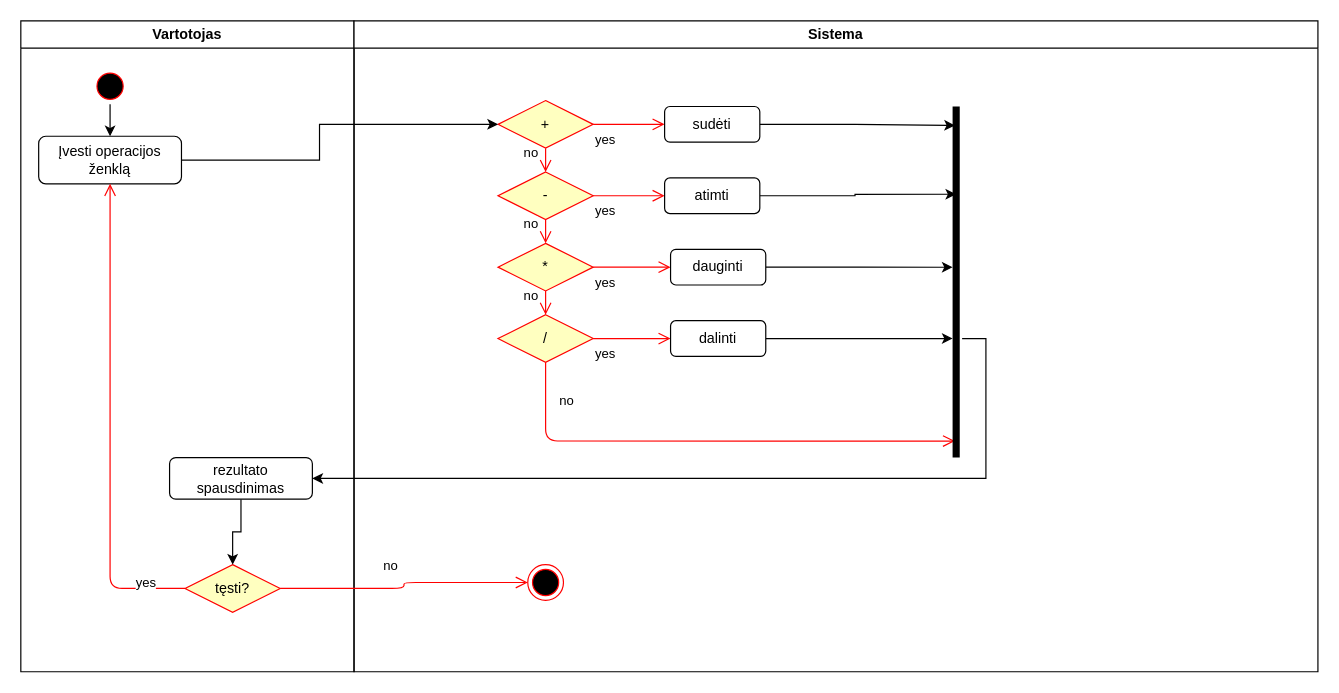
Before: Calculator UML.drawio in dariussirvidas/calculator, a draw.io diagram. Source tidied: cells renumbered, new cells numbered last; positions are measured from the earlier drawing's top-left corner, leaving out a move shared by most shapes. Both pictures are drawn from the tidied source at 119%, with x=0, y=0 at pixel (20, 20).
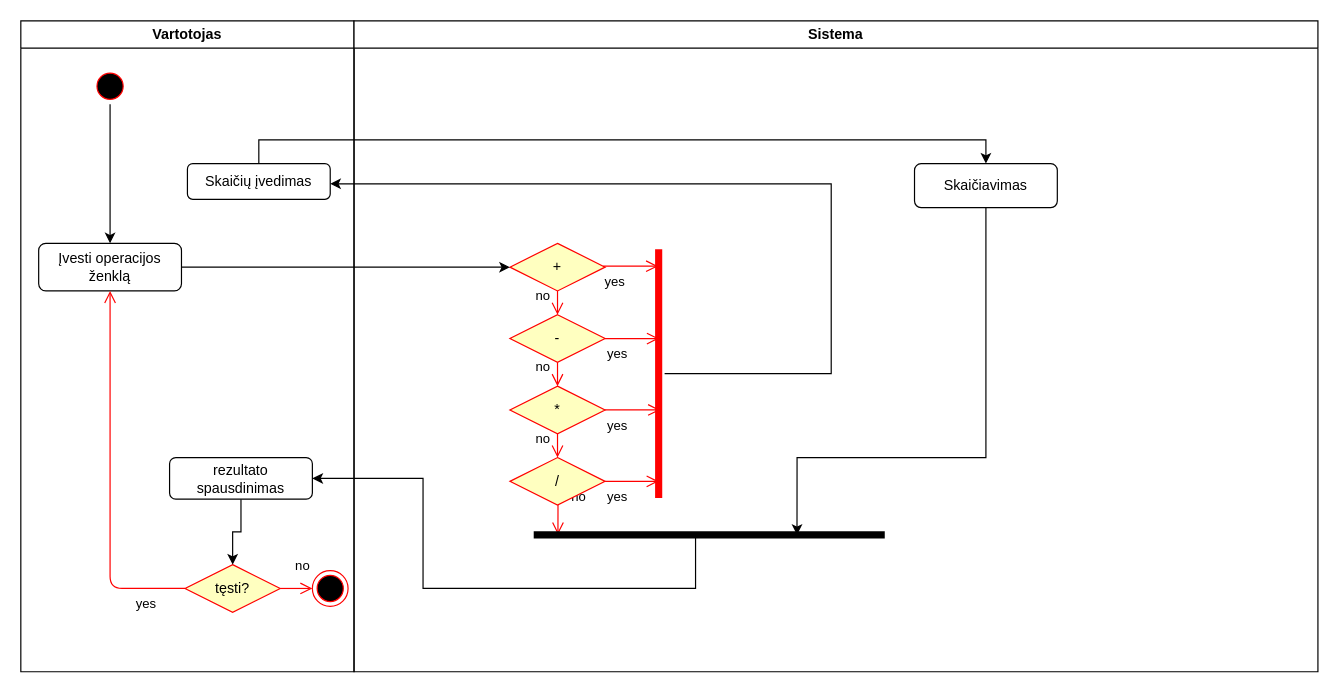
After the change.

Commit message:
UML pakeitimai

Unchanged cells that the change refers to:
```xml
<mxCell id="2" value="Vartotojas" style="swimlane;whiteSpace=wrap;" parent="1" vertex="1">
  <mxGeometry width="280" height="547" as="geometry" />
</mxCell>
<mxCell id="6" value="tęsti?" style="rhombus;whiteSpace=wrap;html=1;fillColor=#ffffc0;strokeColor=#ff0000;" parent="2" vertex="1">
  <mxGeometry x="138" y="457" width="80" height="40" as="geometry" />
</mxCell>
<mxCell id="9" value="rezultato spausdinimas" style="rounded=1;whiteSpace=wrap;html=1;strokeColor=#000000;" parent="2" vertex="1">
  <mxGeometry x="125" y="367" width="120" height="35" as="geometry" />
</mxCell>
<mxCell id="10" value="Sistema" style="swimlane;whiteSpace=wrap;" parent="1" vertex="1">
  <mxGeometry x="280" width="810" height="547" as="geometry" />
</mxCell>
```

What changed in the source:
```diff
@@
     <mxCell id="5" value="Įvesti operacijos ženklą" style="rounded=1;whiteSpace=wrap;html=1;" parent="2" vertex="1">
-      <mxGeometry x="15" y="97" width="120" height="40" as="geometry" />
+      <mxGeometry x="15" y="187" width="120" height="40" as="geometry" />
     </mxCell>
@@
+    <mxCell id="32" style="ellipse;shape=endState;fillColor=#000000;strokeColor=#ff0000;rotation=-90;" parent="2" vertex="1">
+      <mxGeometry x="245" y="462" width="30" height="30" as="geometry" />
+    </mxCell>
+    <mxCell id="35" value="no" style="edgeStyle=orthogonalEdgeStyle;html=1;align=left;verticalAlign=bottom;endArrow=open;endSize=8;strokeColor=#ff0000;entryX=0.5;entryY=0;entryDx=0;entryDy=0;" parent="2" edge="1" source="6" target="32">
+      <mxGeometry x="-0.2" y="10" relative="1" as="geometry" />
+    </mxCell>
+    <mxCell id="36" value="Skaičių įvedimas" style="rounded=1;whiteSpace=wrap;html=1;gradientColor=none;" parent="2" vertex="1">
+      <mxGeometry x="140" y="120" width="120" height="30" as="geometry" />
+    </mxCell>
@@
     <mxCell id="11" value="+" style="rhombus;whiteSpace=wrap;html=1;fillColor=#ffffc0;strokeColor=#ff0000;" parent="10" vertex="1">
-      <mxGeometry x="121" y="67" width="80" height="40" as="geometry" />
+      <mxGeometry x="131" y="187" width="80" height="40" as="geometry" />
     </mxCell>
@@
-    <mxCell id="13" value="yes" style="edgeStyle=orthogonalEdgeStyle;html=1;align=left;verticalAlign=top;endArrow=open;endSize=8;strokeColor=#ff0000;entryX=0;entryY=0.5;entryDx=0;entryDy=0;" parent="10" edge="1" source="11" target="24">
-      <mxGeometry x="-1" relative="1" as="geometry" />
-    </mxCell>
     <mxCell id="14" value="-" style="rhombus;whiteSpace=wrap;html=1;fillColor=#ffffc0;strokeColor=#ff0000;" parent="10" vertex="1">
-      <mxGeometry x="121" y="127" width="80" height="40" as="geometry" />
+      <mxGeometry x="131" y="247" width="80" height="40" as="geometry" />
     </mxCell>
@@
-    <mxCell id="16" value="yes" style="edgeStyle=orthogonalEdgeStyle;html=1;align=left;verticalAlign=top;endArrow=open;endSize=8;strokeColor=#ff0000;entryX=0;entryY=0.5;entryDx=0;entryDy=0;" parent="10" edge="1" source="14" target="26">
+    <mxCell id="16" value="yes" style="edgeStyle=orthogonalEdgeStyle;html=1;align=left;verticalAlign=top;endArrow=open;endSize=8;strokeColor=#ff0000;entryX=0.359;entryY=0.479;entryDx=0;entryDy=0;entryPerimeter=0;" parent="10" edge="1" source="14" target="37">
       <mxGeometry x="-1" relative="1" as="geometry" />
     </mxCell>
     <mxCell id="17" value="*" style="rhombus;whiteSpace=wrap;html=1;fillColor=#ffffc0;strokeColor=#ff0000;" parent="10" vertex="1">
-      <mxGeometry x="121" y="187" width="80" height="40" as="geometry" />
+      <mxGeometry x="131" y="307" width="80" height="40" as="geometry" />
     </mxCell>
-    <mxCell id="18" value="no" style="edgeStyle=orthogonalEdgeStyle;html=1;align=left;verticalAlign=bottom;endArrow=open;endSize=8;strokeColor=#ff0000;entryX=0.953;entryY=0.6;entryDx=0;entryDy=0;entryPerimeter=0;" parent="10" edge="1" source="21" target="31">
+    <mxCell id="18" value="no" style="edgeStyle=orthogonalEdgeStyle;html=1;align=left;verticalAlign=bottom;endArrow=open;endSize=8;strokeColor=#ff0000;entryX=0.931;entryY=0.529;entryDx=0;entryDy=0;entryPerimeter=0;" parent="10" edge="1" source="21" target="31">
       <mxGeometry x="-0.8" y="10" relative="1" as="geometry">
         <Array as="points">
-          <mxPoint x="161" y="353" />
+          <mxPoint x="171" y="417" />
         </Array>
       </mxGeometry>
     </mxCell>
-    <mxCell id="19" value="yes" style="edgeStyle=orthogonalEdgeStyle;html=1;align=left;verticalAlign=top;endArrow=open;endSize=8;strokeColor=#ff0000;entryX=0;entryY=0.5;entryDx=0;entryDy=0;" parent="10" edge="1" source="17" target="28">
+    <mxCell id="19" value="yes" style="edgeStyle=orthogonalEdgeStyle;html=1;align=left;verticalAlign=top;endArrow=open;endSize=8;strokeColor=#ff0000;entryX=0.646;entryY=0.376;entryDx=0;entryDy=0;entryPerimeter=0;" parent="10" edge="1" source="17" target="37">
       <mxGeometry x="-1" relative="1" as="geometry" />
     </mxCell>
-    <mxCell id="20" value="yes" style="edgeStyle=orthogonalEdgeStyle;html=1;align=left;verticalAlign=top;endArrow=open;endSize=8;strokeColor=#ff0000;entryX=0;entryY=0.5;entryDx=0;entryDy=0;" parent="10" edge="1" source="21" target="30">
+    <mxCell id="20" value="yes" style="edgeStyle=orthogonalEdgeStyle;html=1;align=left;verticalAlign=top;endArrow=open;endSize=8;strokeColor=#ff0000;entryX=0.933;entryY=0.5;entryDx=0;entryDy=0;entryPerimeter=0;" parent="10" edge="1" source="21" target="37">
       <mxGeometry x="-1" relative="1" as="geometry" />
     </mxCell>
     <mxCell id="21" value="/" style="rhombus;whiteSpace=wrap;html=1;fillColor=#ffffc0;strokeColor=#ff0000;" parent="10" vertex="1">
-      <mxGeometry x="121" y="247" width="80" height="40" as="geometry" />
+      <mxGeometry x="131" y="367" width="80" height="40" as="geometry" />
     </mxCell>
@@
-    <mxCell id="23" style="edgeStyle=orthogonalEdgeStyle;rounded=0;jettySize=auto;html=1;entryX=0.054;entryY=0.6;entryDx=0;entryDy=0;entryPerimeter=0;strokeColor=#000000;" parent="10" edge="1" source="24" target="31">
-      <mxGeometry relative="1" as="geometry" />
-    </mxCell>
-    <mxCell id="24" value="sudėti" style="rounded=1;whiteSpace=wrap;html=1;" parent="10" vertex="1">
-      <mxGeometry x="261" y="72" width="80" height="30" as="geometry" />
-    </mxCell>
-    <mxCell id="25" style="edgeStyle=orthogonalEdgeStyle;rounded=0;jettySize=auto;html=1;entryX=0.25;entryY=0.5;entryDx=0;entryDy=0;entryPerimeter=0;strokeColor=#000000;" parent="10" edge="1" source="26" target="31">
-      <mxGeometry relative="1" as="geometry" />
-    </mxCell>
-    <mxCell id="26" value="atimti" style="rounded=1;whiteSpace=wrap;html=1;" parent="10" vertex="1">
-      <mxGeometry x="261" y="132" width="80" height="30" as="geometry" />
-    </mxCell>
-    <mxCell id="27" style="edgeStyle=orthogonalEdgeStyle;rounded=0;jettySize=auto;html=1;entryX=0.458;entryY=0.8;entryDx=0;entryDy=0;entryPerimeter=0;strokeColor=#000000;" parent="10" edge="1" source="28" target="31">
-      <mxGeometry relative="1" as="geometry" />
-    </mxCell>
-    <mxCell id="28" value="dauginti" style="rounded=1;whiteSpace=wrap;html=1;" parent="10" vertex="1">
-      <mxGeometry x="266" y="192" width="80" height="30" as="geometry" />
-    </mxCell>
-    <mxCell id="29" style="edgeStyle=orthogonalEdgeStyle;rounded=0;jettySize=auto;html=1;entryX=0.661;entryY=0.8;entryDx=0;entryDy=0;entryPerimeter=0;strokeColor=#000000;" parent="10" edge="1" source="30" target="31">
-      <mxGeometry relative="1" as="geometry" />
-    </mxCell>
-    <mxCell id="30" value="dalinti" style="rounded=1;whiteSpace=wrap;html=1;" parent="10" vertex="1">
-      <mxGeometry x="266" y="252" width="80" height="30" as="geometry" />
-    </mxCell>
-    <mxCell id="31" style="shape=line;html=1;strokeWidth=6;strokeColor=#000000;direction=south;snapToPoint=0;" parent="10" vertex="1">
-      <mxGeometry x="501" y="72" width="10" height="295" as="geometry" />
+    <mxCell id="31" style="shape=line;html=1;strokeWidth=6;strokeColor=#000000;direction=west;snapToPoint=0;" parent="10" vertex="1">
+      <mxGeometry x="151" y="427" width="295" height="10" as="geometry" />
     </mxCell>
-    <mxCell id="32" style="ellipse;shape=endState;fillColor=#000000;strokeColor=#ff0000;rotation=-90;" parent="10" vertex="1">
-      <mxGeometry x="146" y="457" width="30" height="30" as="geometry" />
-    </mxCell>
+    <mxCell id="37" style="shape=line;html=1;strokeWidth=6;strokeColor=#ff0000;direction=south;gradientColor=none;" parent="10" vertex="1">
+      <mxGeometry x="251" y="192" width="10" height="209" as="geometry" />
+    </mxCell>
+    <mxCell id="13" value="yes" style="edgeStyle=orthogonalEdgeStyle;html=1;align=left;verticalAlign=top;endArrow=open;endSize=8;strokeColor=#ff0000;jumpSize=10;entryX=0.068;entryY=0.548;entryDx=0;entryDy=0;entryPerimeter=0;" parent="10" edge="1" source="11" target="37">
+      <mxGeometry x="-1" relative="1" as="geometry">
+        <Array as="points">
+          <mxPoint x="246" y="207" />
+        </Array>
+      </mxGeometry>
+    </mxCell>
+    <mxCell id="38" style="edgeStyle=orthogonalEdgeStyle;rounded=0;jumpSize=10;jettySize=auto;html=1;entryX=0.25;entryY=0.5;entryDx=0;entryDy=0;entryPerimeter=0;exitX=0.5;exitY=1;exitDx=0;exitDy=0;" parent="10" edge="1" source="39" target="31">
+      <mxGeometry relative="1" as="geometry">
+        <Array as="points">
+          <mxPoint x="531" y="367" />
+          <mxPoint x="372" y="367" />
+        </Array>
+      </mxGeometry>
+    </mxCell>
+    <mxCell id="39" value="Skaičiavimas" style="rounded=1;whiteSpace=wrap;html=1;gradientColor=none;" parent="10" vertex="1">
+      <mxGeometry x="471" y="120" width="120" height="37" as="geometry" />
+    </mxCell>
     <mxCell id="33" style="edgeStyle=orthogonalEdgeStyle;rounded=0;jettySize=auto;html=1;entryX=0;entryY=0.5;entryDx=0;entryDy=0;exitX=1;exitY=0.5;exitDx=0;exitDy=0;" parent="1" edge="1" source="5" target="11">
       <mxGeometry relative="1" as="geometry">
         <Array as="points">
-          <mxPoint x="251" y="117" />
-          <mxPoint x="251" y="87" />
+          <mxPoint x="135" y="207" />
         </Array>
       </mxGeometry>
     </mxCell>
+    <mxCell id="40" style="edgeStyle=orthogonalEdgeStyle;rounded=0;jumpSize=10;jettySize=auto;html=1;" parent="1" edge="1" source="37" target="36">
+      <mxGeometry relative="1" as="geometry">
+        <Array as="points">
+          <mxPoint x="681" y="297" />
+          <mxPoint x="681" y="137" />
+        </Array>
+      </mxGeometry>
+    </mxCell>
+    <mxCell id="41" style="edgeStyle=orthogonalEdgeStyle;rounded=0;jumpSize=10;jettySize=auto;html=1;entryX=0.5;entryY=0;entryDx=0;entryDy=0;" parent="1" edge="1" source="36" target="39">
+      <mxGeometry relative="1" as="geometry">
+        <Array as="points">
+          <mxPoint x="200" y="100" />
+          <mxPoint x="811" y="100" />
+        </Array>
+      </mxGeometry>
+    </mxCell>
-    <mxCell id="34" style="edgeStyle=orthogonalEdgeStyle;rounded=0;jettySize=auto;html=1;entryX=1;entryY=0.5;entryDx=0;entryDy=0;strokeColor=#000000;" parent="1" edge="1" source="31" target="9">
+    <mxCell id="34" style="edgeStyle=orthogonalEdgeStyle;rounded=0;jumpSize=10;jettySize=auto;html=1;entryX=1;entryY=0.5;entryDx=0;entryDy=0;exitX=0.539;exitY=0.4;exitDx=0;exitDy=0;exitPerimeter=0;" parent="1" edge="1" source="31" target="9">
       <mxGeometry relative="1" as="geometry">
         <Array as="points">
-          <mxPoint x="811" y="267" />
-          <mxPoint x="811" y="385" />
+          <mxPoint x="567" y="477" />
+          <mxPoint x="338" y="477" />
+          <mxPoint x="338" y="385" />
         </Array>
       </mxGeometry>
     </mxCell>
-    <mxCell id="35" value="no" style="edgeStyle=orthogonalEdgeStyle;html=1;align=left;verticalAlign=bottom;endArrow=open;endSize=8;strokeColor=#ff0000;entryX=0.5;entryY=0;entryDx=0;entryDy=0;" parent="1" edge="1" source="6" target="32">
-      <mxGeometry x="-0.2" y="10" relative="1" as="geometry" />
-    </mxCell>
```
